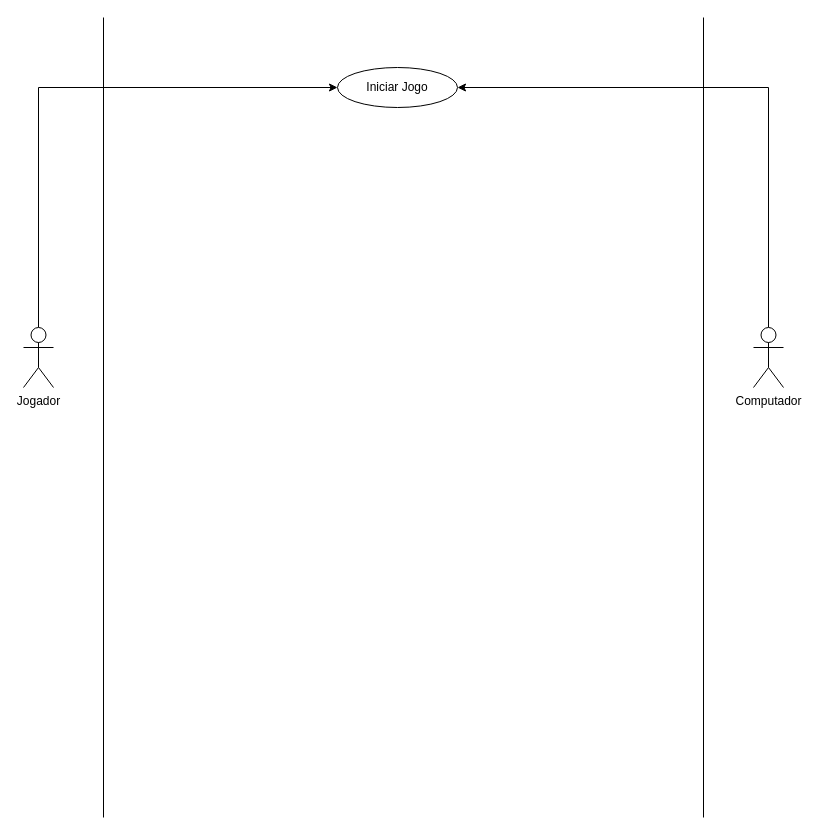
Before: Diagrama sem nome.drawio in yuritelis/atvmusicalp, a draw.io diagram. Source tidied: cells renumbered, new cells numbered last; positions are measured from the earlier drawing's top-left corner, leaving out a move shared by most shapes. Both pictures are drawn from the tidied source at 100%, with x=0, y=0 at pixel (23, 17).
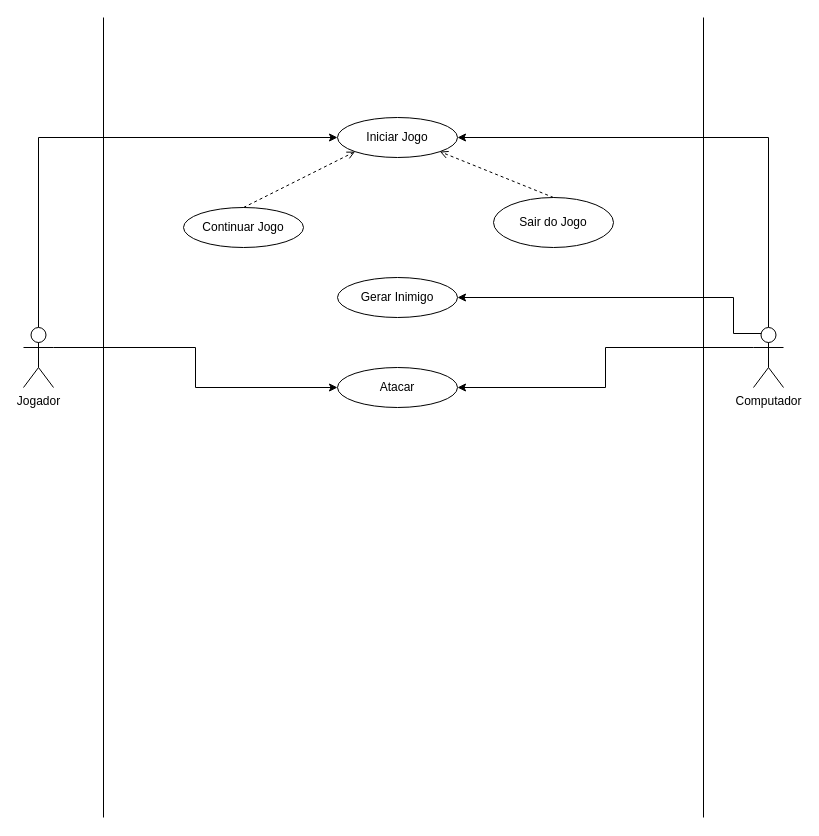
The same page after the edit.

Unchanged cells that the change refers to:
```xml
<mxCell id="3" value="Jogador&lt;br&gt;" style="shape=umlActor;verticalLabelPosition=bottom;verticalAlign=top;html=1;outlineConnect=0;" parent="1" vertex="1">
  <mxGeometry y="310" width="30" height="60" as="geometry" />
</mxCell>
<mxCell id="5" value="Computador" style="shape=umlActor;verticalLabelPosition=bottom;verticalAlign=top;html=1;outlineConnect=0;" parent="1" vertex="1">
  <mxGeometry x="730" y="310" width="30" height="60" as="geometry" />
</mxCell>
```

The edit, as a diff of the source:
```diff
@@
+    <mxCell id="9" style="edgeStyle=orthogonalEdgeStyle;rounded=0;jettySize=auto;html=1;exitX=1;exitY=0.3333333333333333;exitDx=0;exitDy=0;exitPerimeter=0;entryX=0;entryY=0.5;entryDx=0;entryDy=0;" parent="1" edge="1" source="3" target="12">
+      <mxGeometry relative="1" as="geometry" />
+    </mxCell>
@@
+    <mxCell id="10" style="edgeStyle=orthogonalEdgeStyle;rounded=0;jettySize=auto;html=1;exitX=0;exitY=0.3333333333333333;exitDx=0;exitDy=0;exitPerimeter=0;entryX=1;entryY=0.5;entryDx=0;entryDy=0;" parent="1" edge="1" source="5" target="12">
+      <mxGeometry relative="1" as="geometry" />
+    </mxCell>
+    <mxCell id="11" style="edgeStyle=orthogonalEdgeStyle;rounded=0;jettySize=auto;html=1;exitX=0.25;exitY=0.1;exitDx=0;exitDy=0;exitPerimeter=0;entryX=1;entryY=0.5;entryDx=0;entryDy=0;" parent="1" edge="1" source="5" target="17">
+      <mxGeometry relative="1" as="geometry">
+        <Array as="points">
+          <mxPoint x="710" y="316" />
+          <mxPoint x="710" y="280" />
+        </Array>
+      </mxGeometry>
+    </mxCell>
@@
     <mxCell id="8" value="Iniciar Jogo" style="ellipse;whiteSpace=wrap;html=1;" parent="1" vertex="1">
-      <mxGeometry x="314" y="50" width="120" height="40" as="geometry" />
+      <mxGeometry x="314" y="100" width="120" height="40" as="geometry" />
     </mxCell>
+    <mxCell id="12" value="Atacar" style="ellipse;whiteSpace=wrap;html=1;" parent="1" vertex="1">
+      <mxGeometry x="314" y="350" width="120" height="40" as="geometry" />
+    </mxCell>
+    <mxCell id="13" value="Continuar Jogo" style="ellipse;whiteSpace=wrap;html=1;" parent="1" vertex="1">
+      <mxGeometry x="160" y="190" width="120" height="40" as="geometry" />
+    </mxCell>
+    <mxCell id="14" style="endArrow=open;html=1;rounded=0;exitX=0.5;exitY=0;exitDx=0;exitDy=0;entryX=0;entryY=1;entryDx=0;entryDy=0;dashed=1;endFill=0;" parent="1" edge="1" source="13" target="8">
+      <mxGeometry relative="1" as="geometry" />
+    </mxCell>
+    <mxCell id="15" value="Sair do Jogo" style="ellipse;whiteSpace=wrap;html=1;" parent="1" vertex="1">
+      <mxGeometry x="470" y="180" width="120" height="50" as="geometry" />
+    </mxCell>
+    <mxCell id="16" style="endArrow=open;html=1;rounded=0;entryX=1;entryY=1;entryDx=0;entryDy=0;endFill=0;dashed=1;exitX=0.5;exitY=0;exitDx=0;exitDy=0;" parent="1" edge="1" source="15" target="8">
+      <mxGeometry relative="1" as="geometry" />
+    </mxCell>
+    <mxCell id="17" value="Gerar Inimigo" style="ellipse;whiteSpace=wrap;html=1;" parent="1" vertex="1">
+      <mxGeometry x="314" y="260" width="120" height="40" as="geometry" />
+    </mxCell>
```
